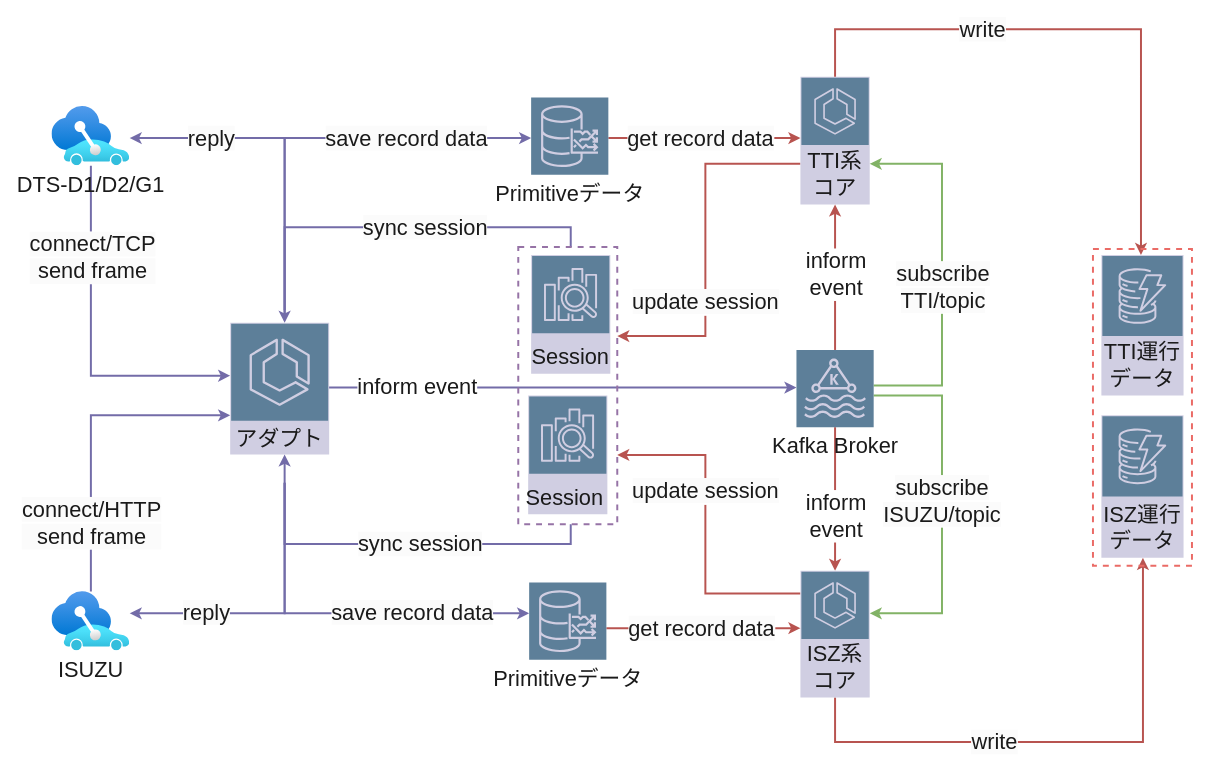
The draw.io diagram page "V4-Flowchart" (2 of 2) of V3.drawio in enddeadroyal/rust-course, before the edit. Source tidied: cells renumbered, new cells numbered last; positions are measured from the earlier drawing's top-left corner, leaving out a move shared by most shapes. Both pictures are drawn from the tidied source at 99%, with x=0, y=0 at pixel (51, 29).
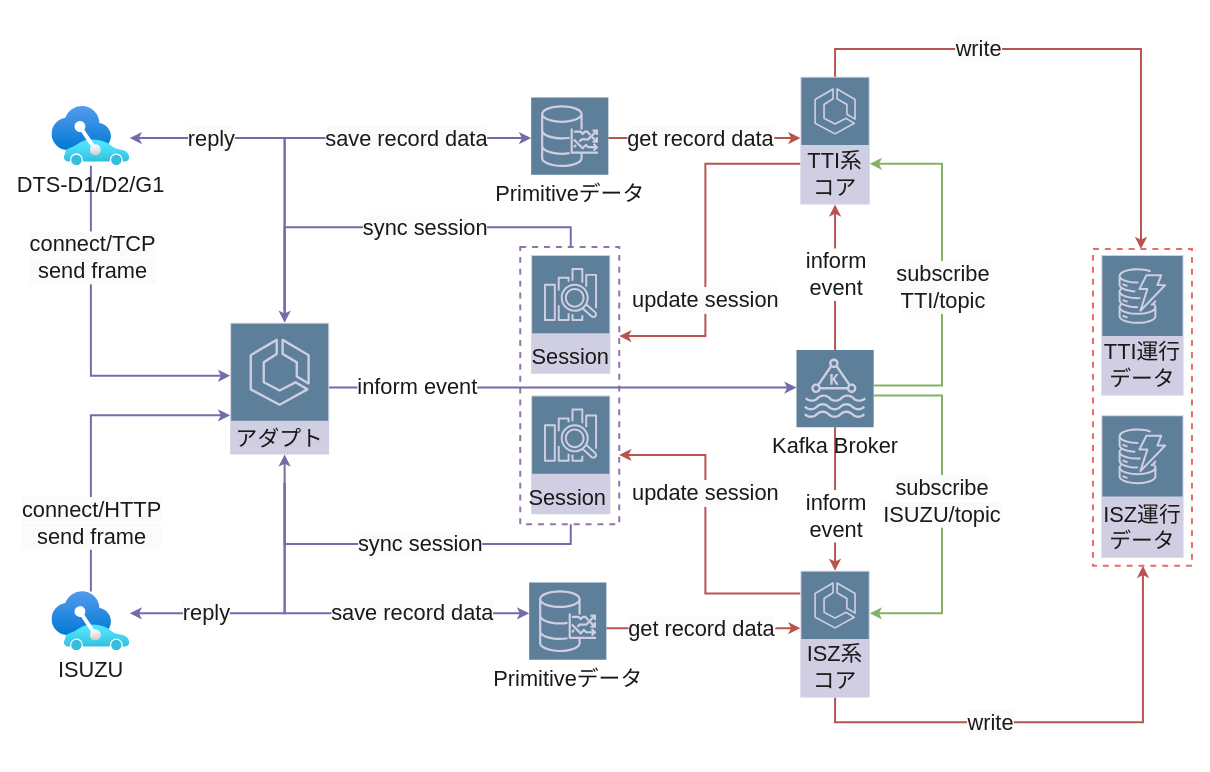
The same diagram, later.

The change refers to these unchanged cells:
```xml
<mxCell id="18" value="TTI系コア" style="sketch=0;outlineConnect=0;fontColor=#1A1A1A;strokeColor=#D0CEE2;fillColor=#5D7F99;dashed=0;verticalLabelPosition=middle;verticalAlign=bottom;align=center;html=1;whiteSpace=wrap;fontSize=22;fontStyle=0;spacing=3;shape=mxgraph.aws4.productIcon;prIcon=mxgraph.aws4.ecs;labelBackgroundColor=none;" parent="1" vertex="1">
  <mxGeometry x="756" y="48" width="70" height="129" as="geometry" />
</mxCell>
<mxCell id="34" value="TTI運行&lt;div style=&quot;font-size: 22px;&quot;&gt;&lt;span style=&quot;background-color: initial; font-size: 22px;&quot;&gt;データ&lt;/span&gt;&lt;/div&gt;" style="sketch=0;outlineConnect=0;fontColor=#1A1A1A;strokeColor=#D0CEE2;fillColor=#5D7F99;dashed=0;verticalLabelPosition=middle;verticalAlign=bottom;align=center;html=1;whiteSpace=wrap;fontSize=22;fontStyle=0;spacing=3;shape=mxgraph.aws4.productIcon;prIcon=mxgraph.aws4.dynamodb;labelBackgroundColor=none;" parent="1" vertex="1">
  <mxGeometry x="1060" y="228" width="83" height="142" as="geometry" />
</mxCell>
<mxCell id="41" value="ISZ系コア" style="sketch=0;outlineConnect=0;fontColor=#1A1A1A;strokeColor=#D0CEE2;fillColor=#5D7F99;dashed=0;verticalLabelPosition=middle;verticalAlign=bottom;align=center;html=1;whiteSpace=wrap;fontSize=22;fontStyle=0;spacing=3;shape=mxgraph.aws4.productIcon;prIcon=mxgraph.aws4.ecs;labelBackgroundColor=none;" parent="1" vertex="1">
  <mxGeometry x="756" y="547" width="70" height="128" as="geometry" />
</mxCell>
<mxCell id="42" value="ISZ運行&lt;div style=&quot;font-size: 22px;&quot;&gt;&lt;span style=&quot;background-color: initial; font-size: 22px;&quot;&gt;データ&lt;/span&gt;&lt;/div&gt;" style="sketch=0;outlineConnect=0;fontColor=#1A1A1A;strokeColor=#D0CEE2;fillColor=#5D7F99;dashed=0;verticalLabelPosition=middle;verticalAlign=bottom;align=center;html=1;whiteSpace=wrap;fontSize=22;fontStyle=0;spacing=3;shape=mxgraph.aws4.productIcon;prIcon=mxgraph.aws4.dynamodb;labelBackgroundColor=none;" parent="1" vertex="1">
  <mxGeometry x="1060" y="390" width="83" height="144" as="geometry" />
</mxCell>
<mxCell id="53" style="whiteSpace=wrap;html=1;strokeColor=#EA6B66;fillColor=none;strokeWidth=2;dashed=1;labelBackgroundColor=none;fontSize=22;" parent="1" vertex="1">
  <mxGeometry x="1051.5" y="222" width="100" height="320" as="geometry" />
</mxCell>
```

Change to the diagram source:
```diff
@@
+    <mxCell id="51" style="whiteSpace=wrap;html=1;strokeColor=#9673a6;fillColor=none;strokeWidth=2;dashed=1;labelBackgroundColor=none;fontSize=22;" parent="1" vertex="1">
+      <mxGeometry x="473" y="220" width="100" height="280" as="geometry" />
+    </mxCell>
@@
-    <mxCell id="35" style="edgeStyle=orthogonalEdgeStyle;rounded=0;jettySize=auto;html=1;strokeColor=#b85450;fontColor=default;strokeWidth=2;labelBackgroundColor=none;fillColor=#f8cecc;fontSize=22;" parent="1" edge="1" source="18" target="34">
+    <mxCell id="35" style="edgeStyle=orthogonalEdgeStyle;rounded=0;jettySize=auto;html=1;strokeColor=#b85450;fontColor=default;strokeWidth=2;labelBackgroundColor=none;fillColor=#f8cecc;fontSize=22;" parent="1" edge="1" source="18" target="53">
       <mxGeometry relative="1" as="geometry">
         <Array as="points">
-          <mxPoint x="791" />
-          <mxPoint x="1100" />
+          <mxPoint x="791" y="20" />
+          <mxPoint x="1100" y="20" />
         </Array>
       </mxGeometry>
     </mxCell>
@@
-    <mxCell id="39" style="edgeStyle=orthogonalEdgeStyle;rounded=0;jettySize=auto;html=1;strokeColor=#b85450;fontColor=default;labelBackgroundColor=none;fillColor=#f8cecc;strokeWidth=2;fontSize=22;" parent="1" edge="1" source="41" target="42">
+    <mxCell id="39" style="edgeStyle=orthogonalEdgeStyle;rounded=0;jettySize=auto;html=1;strokeColor=#b85450;fontColor=default;labelBackgroundColor=none;fillColor=#f8cecc;strokeWidth=2;fontSize=22;" parent="1" edge="1" source="41" target="53">
       <mxGeometry relative="1" as="geometry">
         <Array as="points">
-          <mxPoint x="791" y="720" />
-          <mxPoint x="1102" y="720" />
+          <mxPoint x="791" y="700" />
+          <mxPoint x="1102" y="700" />
         </Array>
       </mxGeometry>
     </mxCell>
@@
-    <mxCell id="51" style="whiteSpace=wrap;html=1;strokeColor=#9673a6;fillColor=none;strokeWidth=2;dashed=1;labelBackgroundColor=none;fontSize=22;" parent="1" vertex="1">
-      <mxGeometry x="471" y="220" width="100" height="280" as="geometry" />
-    </mxCell>
     <mxCell id="52" value="Session&amp;nbsp;" style="sketch=0;fontColor=#1A1A1A;strokeColor=#D0CEE2;fillColor=#5D7F99;dashed=0;verticalLabelPosition=middle;verticalAlign=bottom;align=center;html=1;whiteSpace=wrap;fontSize=22;fontStyle=0;spacing=3;shape=mxgraph.aws4.productIcon;prIcon=mxgraph.aws4.elasticsearch_service;labelBackgroundColor=none;" parent="1" vertex="1">
-      <mxGeometry x="481" y="370" width="80" height="120" as="geometry" />
+      <mxGeometry x="484" y="370" width="80" height="120" as="geometry" />
     </mxCell>
```
